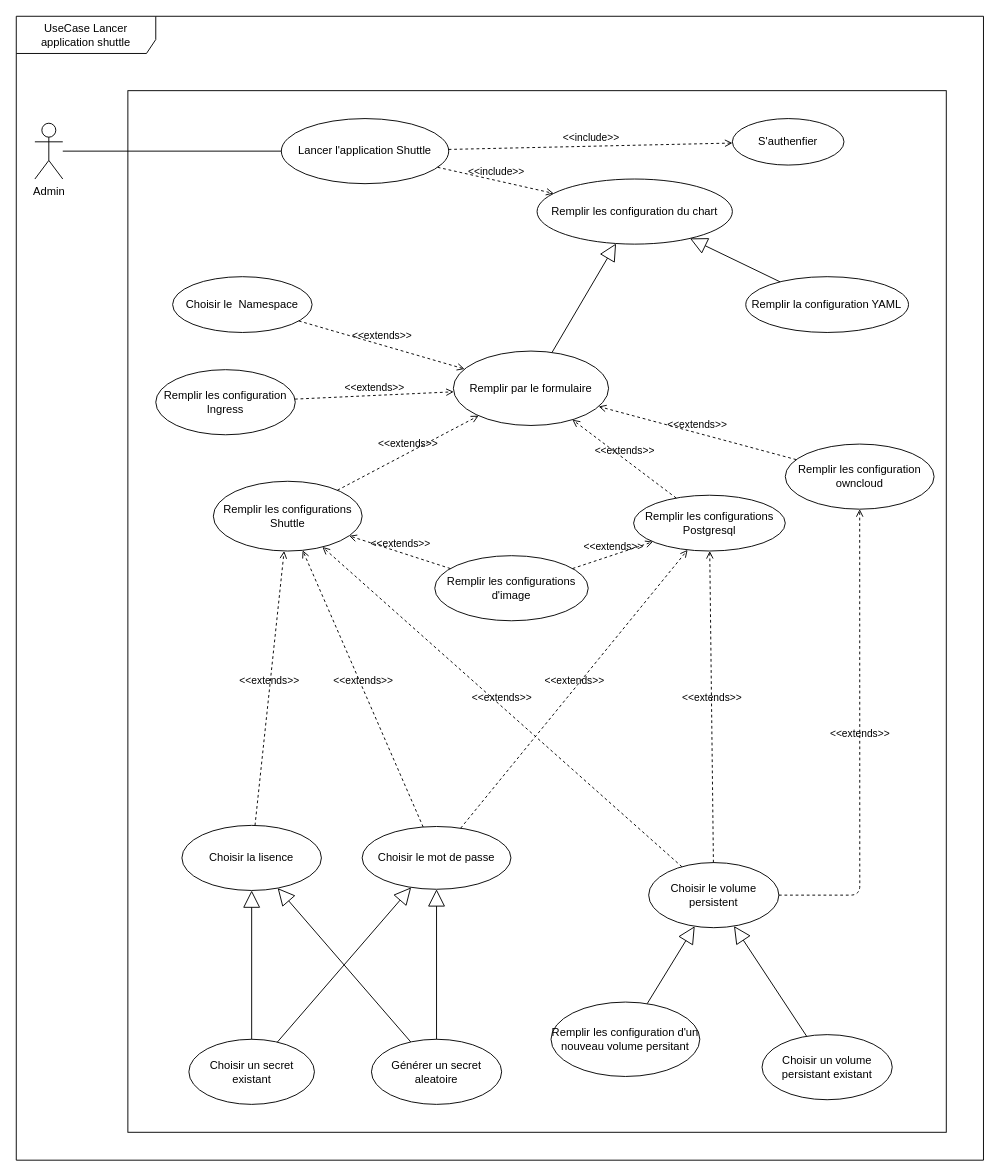
Before: page "usecase_lancer_shuttle" (5 of 10) of Untitled Diagram.drawio in Samet-MohamedAmin/rapport_pfe, a draw.io diagram. Source tidied: cells renumbered, new cells numbered last; positions are measured from the earlier drawing's top-left corner, leaving out a move shared by most shapes. Both pictures are drawn from the tidied source at 93%, with x=0, y=0 at pixel (16, 16).
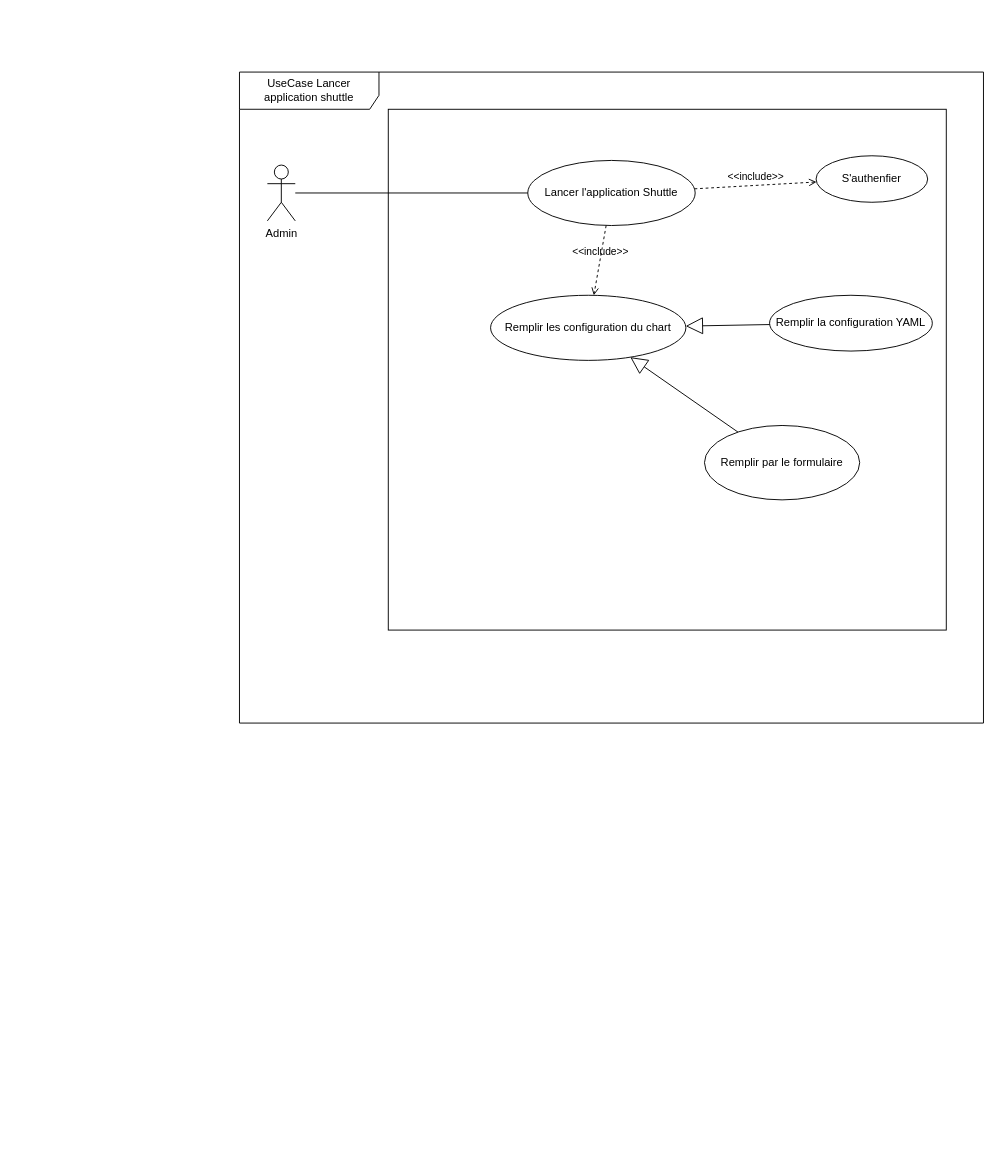
After the change.

Change to the diagram source:
```diff
@@
     <mxCell id="2" value="&lt;div&gt;UseCase Lancer application shuttle&lt;/div&gt;" style="shape=umlFrame;whiteSpace=wrap;html=1;width=150;height=40;" parent="1" vertex="1">
-      <mxGeometry width="1040" height="1230" as="geometry" />
+      <mxGeometry x="240" y="60" width="800" height="700" as="geometry" />
     </mxCell>
     <mxCell id="3" value="Admin" style="shape=umlActor;verticalLabelPosition=bottom;labelBackgroundColor=#ffffff;verticalAlign=top;html=1;shadow=0;perimeterSpacing=0;strokeWidth=1;" parent="1" vertex="1">
-      <mxGeometry x="20" y="115" width="30" height="60" as="geometry" />
+      <mxGeometry x="270" y="160" width="30" height="60" as="geometry" />
     </mxCell>
     <mxCell id="4" style="rounded=0;whiteSpace=wrap;html=1;shadow=0;strokeWidth=1;" parent="1" vertex="1">
-      <mxGeometry x="120" y="80" width="880" height="1120" as="geometry" />
+      <mxGeometry x="400" y="100" width="600" height="560" as="geometry" />
     </mxCell>
     <mxCell id="5" value="Lancer l'application Shuttle" style="ellipse;whiteSpace=wrap;html=1;shadow=0;strokeWidth=1;" parent="1" vertex="1">
-      <mxGeometry x="285" y="110" width="180" height="70" as="geometry" />
+      <mxGeometry x="550" y="155" width="180" height="70" as="geometry" />
     </mxCell>
     <mxCell id="6" value="Remplir les configuration du chart" style="ellipse;whiteSpace=wrap;html=1;shadow=0;strokeWidth=1;" parent="1" vertex="1">
-      <mxGeometry x="560" y="175" width="210" height="70" as="geometry" />
+      <mxGeometry x="510" y="300" width="210" height="70" as="geometry" />
     </mxCell>
@@
     <mxCell id="8" style="edgeStyle=orthogonalEdgeStyle;rounded=0;orthogonalLoop=1;jettySize=auto;html=1;exitX=0.5;exitY=1;exitDx=0;exitDy=0;endArrow=block;endFill=0;" parent="1" edge="1">
       <mxGeometry relative="1" as="geometry">
-        <mxPoint x="370" y="385" as="sourcePoint" />
-        <mxPoint x="370" y="385" as="targetPoint" />
+        <mxPoint x="350" y="460" as="sourcePoint" />
+        <mxPoint x="350" y="460" as="targetPoint" />
       </mxGeometry>
     </mxCell>
@@
-    <mxCell id="10" value="Choisir le&amp;nbsp; Namespace" style="ellipse;whiteSpace=wrap;html=1;" parent="1" vertex="1">
-      <mxGeometry x="168.1" y="280" width="150" height="60" as="geometry" />
-    </mxCell>
-    <mxCell id="11" value="Remplir les configurations Shuttle" style="ellipse;whiteSpace=wrap;html=1;" parent="1" vertex="1">
-      <mxGeometry x="211.9" y="500" width="160" height="75" as="geometry" />
-    </mxCell>
     <mxCell id="12" value="Remplir par le formulaire" style="ellipse;whiteSpace=wrap;html=1;" parent="1" vertex="1">
-      <mxGeometry x="470" y="360" width="166.9" height="80" as="geometry" />
+      <mxGeometry x="740" y="440" width="166.9" height="80" as="geometry" />
     </mxCell>
     <mxCell id="13" value="Remplir la configuration YAML" style="ellipse;whiteSpace=wrap;html=1;" parent="1" vertex="1">
-      <mxGeometry x="784.4" y="280" width="175" height="60" as="geometry" />
+      <mxGeometry x="810" y="300" width="175" height="60" as="geometry" />
     </mxCell>
-    <mxCell id="14" value="Remplir les configuration owncloud" style="ellipse;whiteSpace=wrap;html=1;" parent="1" vertex="1">
-      <mxGeometry x="826.9" y="460" width="160" height="70" as="geometry" />
-    </mxCell>
-    <mxCell id="15" value="Remplir les configurations Postgresql" style="ellipse;whiteSpace=wrap;html=1;" parent="1" vertex="1">
-      <mxGeometry x="663.8" y="515" width="163.1" height="60" as="geometry" />
-    </mxCell>
-    <mxCell id="16" value="&lt;div&gt;Remplir les configuration Ingress&lt;/div&gt;" style="ellipse;whiteSpace=wrap;html=1;" parent="1" vertex="1">
-      <mxGeometry x="150" y="380" width="150" height="70" as="geometry" />
-    </mxCell>
     <mxCell id="17" value="S'authenfier" style="ellipse;whiteSpace=wrap;html=1;" parent="1" vertex="1">
-      <mxGeometry x="770" y="110" width="120" height="50" as="geometry" />
+      <mxGeometry x="860" y="150" width="120" height="50" as="geometry" />
     </mxCell>
@@
-    <mxCell id="19" value="Choisir le volume persistent" style="ellipse;whiteSpace=wrap;html=1;" parent="1" vertex="1">
-      <mxGeometry x="680" y="910" width="140" height="70" as="geometry" />
-    </mxCell>
-    <mxCell id="20" value="Remplir les configurations d'image" style="ellipse;whiteSpace=wrap;html=1;" parent="1" vertex="1">
-      <mxGeometry x="450" y="580" width="165" height="70" as="geometry" />
-    </mxCell>
-    <mxCell id="21" value="Choisir la lisence" style="ellipse;whiteSpace=wrap;html=1;" parent="1" vertex="1">
-      <mxGeometry x="178.1" y="870" width="150" height="70" as="geometry" />
-    </mxCell>
-    <mxCell id="22" value="Choisir le mot de passe" style="ellipse;whiteSpace=wrap;html=1;" parent="1" vertex="1">
-      <mxGeometry x="371.9" y="871.2" width="160" height="67.5" as="geometry" />
-    </mxCell>
-    <mxCell id="23" value="Choisir un volume persistant existant" style="ellipse;whiteSpace=wrap;html=1;" parent="1" vertex="1">
-      <mxGeometry x="801.9" y="1095" width="140" height="70" as="geometry" />
-    </mxCell>
-    <mxCell id="24" value="Remplir les configuration d'un nouveau volume persitant" style="ellipse;whiteSpace=wrap;html=1;" parent="1" vertex="1">
-      <mxGeometry x="575" y="1060" width="160" height="80" as="geometry" />
-    </mxCell>
-    <mxCell id="25" value="Choisir un secret existant" style="ellipse;whiteSpace=wrap;html=1;" parent="1" vertex="1">
-      <mxGeometry x="185.6" y="1100" width="135" height="70" as="geometry" />
-    </mxCell>
-    <mxCell id="26" value="Générer un secret aleatoire" style="ellipse;whiteSpace=wrap;html=1;" parent="1" vertex="1">
-      <mxGeometry x="381.9" y="1100" width="140" height="70" as="geometry" />
-    </mxCell>
-    <mxCell id="27" value="&amp;lt;&amp;lt;extends&amp;gt;&amp;gt;" style="edgeStyle=none;html=1;endArrow=open;verticalAlign=bottom;dashed=1;labelBackgroundColor=none;" parent="1" edge="1" source="21" target="11">
-      <mxGeometry relative="1" as="geometry" />
-    </mxCell>
-    <mxCell id="28" value="&amp;lt;&amp;lt;extends&amp;gt;&amp;gt;" style="edgeStyle=none;html=1;endArrow=open;verticalAlign=bottom;dashed=1;labelBackgroundColor=none;" parent="1" edge="1" source="22" target="11">
-      <mxGeometry relative="1" as="geometry" />
-    </mxCell>
-    <mxCell id="29" value="&amp;lt;&amp;lt;extends&amp;gt;&amp;gt;" style="edgeStyle=none;html=1;endArrow=open;verticalAlign=bottom;dashed=1;labelBackgroundColor=none;" parent="1" edge="1" source="20" target="11">
-      <mxGeometry relative="1" as="geometry" />
-    </mxCell>
-    <mxCell id="30" value="&amp;lt;&amp;lt;extends&amp;gt;&amp;gt;" style="edgeStyle=none;html=1;endArrow=open;verticalAlign=bottom;dashed=1;labelBackgroundColor=none;" parent="1" edge="1" source="16" target="12">
-      <mxGeometry relative="1" as="geometry" />
-    </mxCell>
-    <mxCell id="31" value="&amp;lt;&amp;lt;extends&amp;gt;&amp;gt;" style="edgeStyle=none;html=1;endArrow=open;verticalAlign=bottom;dashed=1;labelBackgroundColor=none;" parent="1" edge="1" source="11" target="12">
-      <mxGeometry relative="1" as="geometry" />
-    </mxCell>
-    <mxCell id="32" value="&amp;lt;&amp;lt;extends&amp;gt;&amp;gt;" style="edgeStyle=none;html=1;endArrow=open;verticalAlign=bottom;dashed=1;labelBackgroundColor=none;" parent="1" edge="1" source="15" target="12">
-      <mxGeometry relative="1" as="geometry" />
-    </mxCell>
-    <mxCell id="33" value="&amp;lt;&amp;lt;extends&amp;gt;&amp;gt;" style="edgeStyle=none;html=1;endArrow=open;verticalAlign=bottom;dashed=1;labelBackgroundColor=none;" parent="1" edge="1" source="14" target="12">
-      <mxGeometry relative="1" as="geometry" />
-    </mxCell>
-    <mxCell id="34" value="&amp;lt;&amp;lt;extends&amp;gt;&amp;gt;" style="edgeStyle=none;html=1;endArrow=open;verticalAlign=bottom;dashed=1;labelBackgroundColor=none;" parent="1" edge="1" source="19" target="11">
-      <mxGeometry relative="1" as="geometry" />
-    </mxCell>
-    <mxCell id="35" value="&amp;lt;&amp;lt;extends&amp;gt;&amp;gt;" style="edgeStyle=none;html=1;endArrow=open;verticalAlign=bottom;dashed=1;labelBackgroundColor=none;" parent="1" edge="1" source="22" target="15">
-      <mxGeometry relative="1" as="geometry" />
-    </mxCell>
-    <mxCell id="36" value="&amp;lt;&amp;lt;extends&amp;gt;&amp;gt;" style="edgeStyle=none;html=1;endArrow=open;verticalAlign=bottom;dashed=1;labelBackgroundColor=none;" parent="1" edge="1" source="19" target="15">
-      <mxGeometry relative="1" as="geometry" />
-    </mxCell>
-    <mxCell id="37" value="&amp;lt;&amp;lt;extends&amp;gt;&amp;gt;" style="edgeStyle=none;html=1;endArrow=open;verticalAlign=bottom;dashed=1;labelBackgroundColor=none;" parent="1" edge="1" source="19" target="14">
-      <mxGeometry relative="1" as="geometry">
-        <Array as="points">
-          <mxPoint x="907" y="945" />
-        </Array>
-      </mxGeometry>
-    </mxCell>
-    <mxCell id="38" value="&amp;lt;&amp;lt;extends&amp;gt;&amp;gt;" style="edgeStyle=none;html=1;endArrow=open;verticalAlign=bottom;dashed=1;labelBackgroundColor=none;" parent="1" edge="1" source="20" target="15">
-      <mxGeometry relative="1" as="geometry" />
-    </mxCell>
@@
-    <mxCell id="41" style="endArrow=block;html=1;endFill=0;endSize=16;" parent="1" edge="1" source="26" target="21">
-      <mxGeometry relative="1" as="geometry" />
-    </mxCell>
-    <mxCell id="42" style="endArrow=block;html=1;endFill=0;endSize=16;" parent="1" edge="1" source="25" target="21">
-      <mxGeometry relative="1" as="geometry" />
-    </mxCell>
-    <mxCell id="43" style="endArrow=block;html=1;endFill=0;endSize=16;" parent="1" edge="1" source="25" target="22">
-      <mxGeometry relative="1" as="geometry" />
-    </mxCell>
-    <mxCell id="44" style="endArrow=block;html=1;endFill=0;endSize=16;" parent="1" edge="1" source="26" target="22">
-      <mxGeometry relative="1" as="geometry" />
-    </mxCell>
-    <mxCell id="45" style="endArrow=block;html=1;endFill=0;endSize=16;" parent="1" edge="1" source="24" target="19">
-      <mxGeometry relative="1" as="geometry" />
-    </mxCell>
-    <mxCell id="46" style="endArrow=block;html=1;endFill=0;endSize=16;" parent="1" edge="1" source="23" target="19">
-      <mxGeometry relative="1" as="geometry" />
-    </mxCell>
-    <mxCell id="47" value="&amp;lt;&amp;lt;extends&amp;gt;&amp;gt;" style="edgeStyle=none;html=1;endArrow=open;verticalAlign=bottom;dashed=1;labelBackgroundColor=none;" parent="1" edge="1" source="10" target="12">
-      <mxGeometry relative="1" as="geometry" />
-    </mxCell>
```
